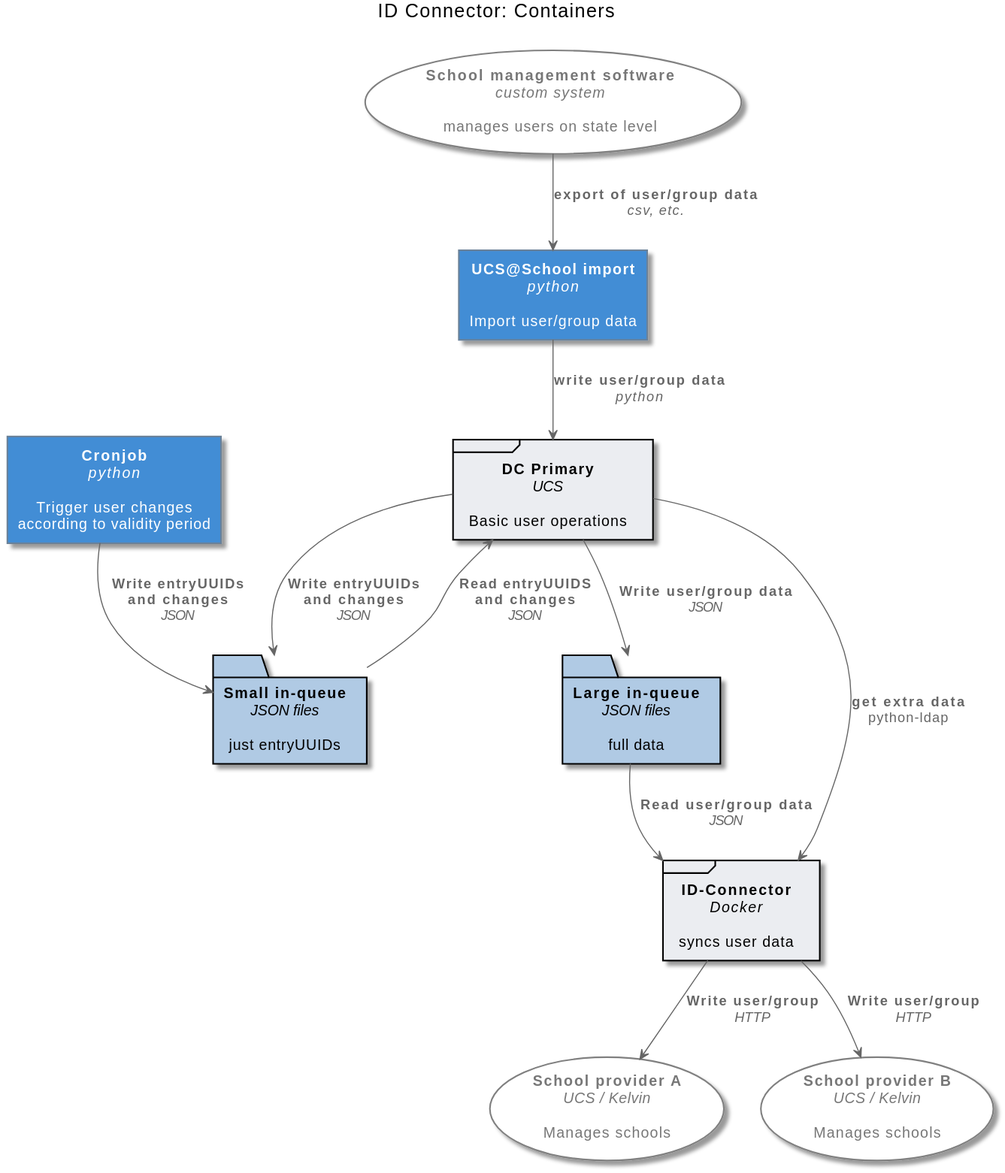
Earlier version of the PlantUML export docs/source/static/id-connector-containers.svg (univention/ucsschool-id-connector). Its diagram source:
```plantuml
@startuml

title ID Connector: Containers\n

!include styling.puml

!include object_sms.puml
!include object_importer.puml
!include object_primary.puml


!include object_cronjob.puml
!include object_small_queue.puml
!include object_large_queue.puml



!include object_id_connector.puml

!include object_school_provider_a.puml
!include object_school_provider_b.puml

sms --> importer : <b>export of user/group data\n<i>csv, etc.
importer --> primary: <b>write user/group data\n<i>python
cronjob --> small_queue: <b>Write entryUUIDs\n<b>and changes\n<i>JSON
primary --> small_queue: <b>Write entryUUIDs\n<b>and changes\n<i>JSON
small_queue --> primary: <b>Read entryUUIDS\n<b>and changes\n<i>JSON
primary --> large_queue: <b>Write user/group data\n<i>JSON
large_queue --> id_connector:<b>Read user/group data\n<i>JSON
id_connector --> school_provider_a:<b>Write user/group\n<i>HTTP
id_connector --> school_provider_b:<b>Write user/group\n<i>HTTP
primary --> id_connector: <b>get extra data\npython-ldap


@enduml
```
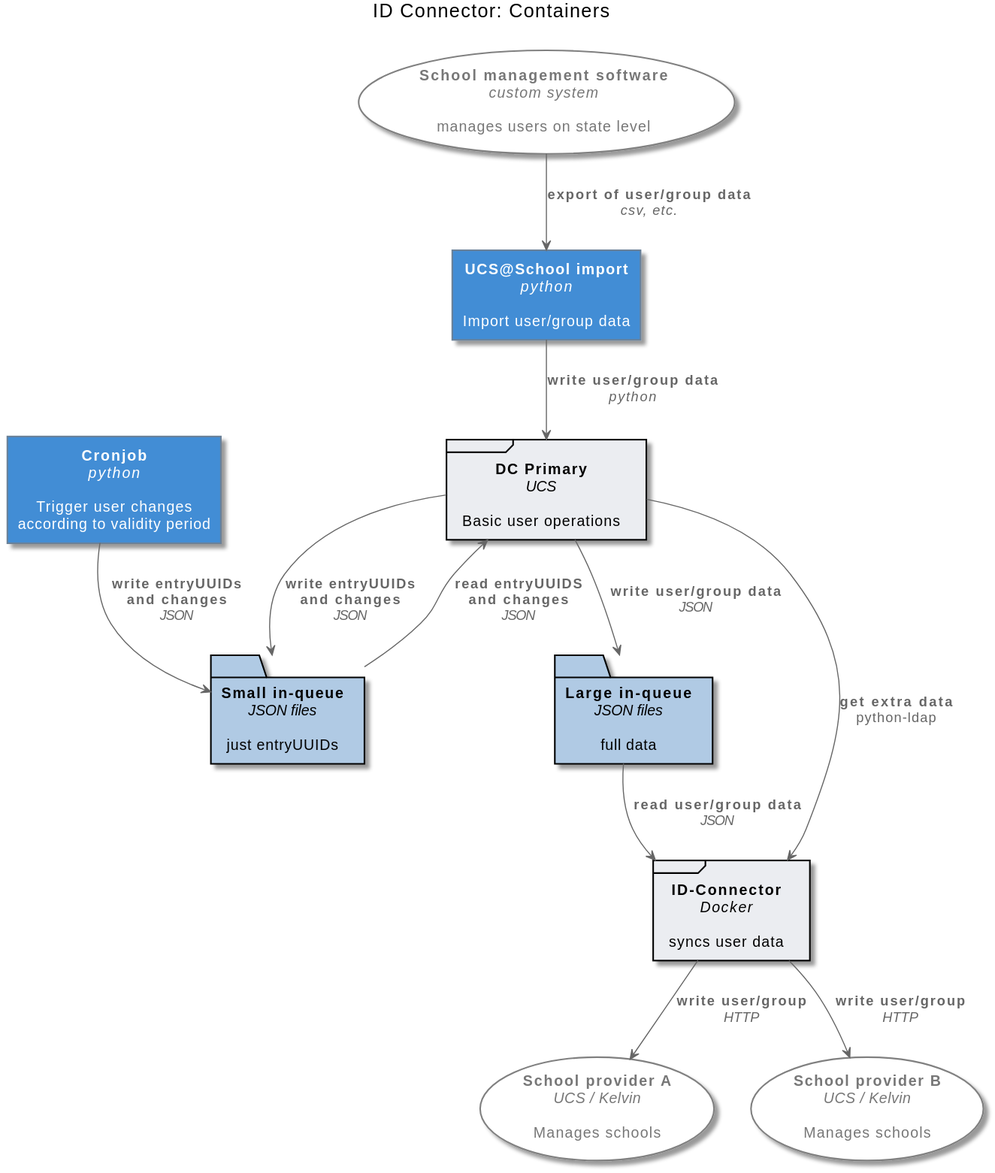
After the change.

What changed in the source:
```diff
@@ -22,13 +22,13 @@
 
 sms --> importer : <b>export of user/group data\n<i>csv, etc.
 importer --> primary: <b>write user/group data\n<i>python
-cronjob --> small_queue: <b>Write entryUUIDs\n<b>and changes\n<i>JSON
-primary --> small_queue: <b>Write entryUUIDs\n<b>and changes\n<i>JSON
-small_queue --> primary: <b>Read entryUUIDS\n<b>and changes\n<i>JSON
-primary --> large_queue: <b>Write user/group data\n<i>JSON
-large_queue --> id_connector:<b>Read user/group data\n<i>JSON
-id_connector --> school_provider_a:<b>Write user/group\n<i>HTTP
-id_connector --> school_provider_b:<b>Write user/group\n<i>HTTP
+cronjob --> small_queue: <b>write entryUUIDs\n<b>and changes\n<i>JSON
+primary --> small_queue: <b>write entryUUIDs\n<b>and changes\n<i>JSON
+small_queue --> primary: <b>read entryUUIDS\n<b>and changes\n<i>JSON
+primary --> large_queue: <b>write user/group data\n<i>JSON
+large_queue --> id_connector:<b>read user/group data\n<i>JSON
+id_connector --> school_provider_a:<b>write user/group\n<i>HTTP
+id_connector --> school_provider_b:<b>write user/group\n<i>HTTP
 primary --> id_connector: <b>get extra data\npython-ldap
 
 
```
